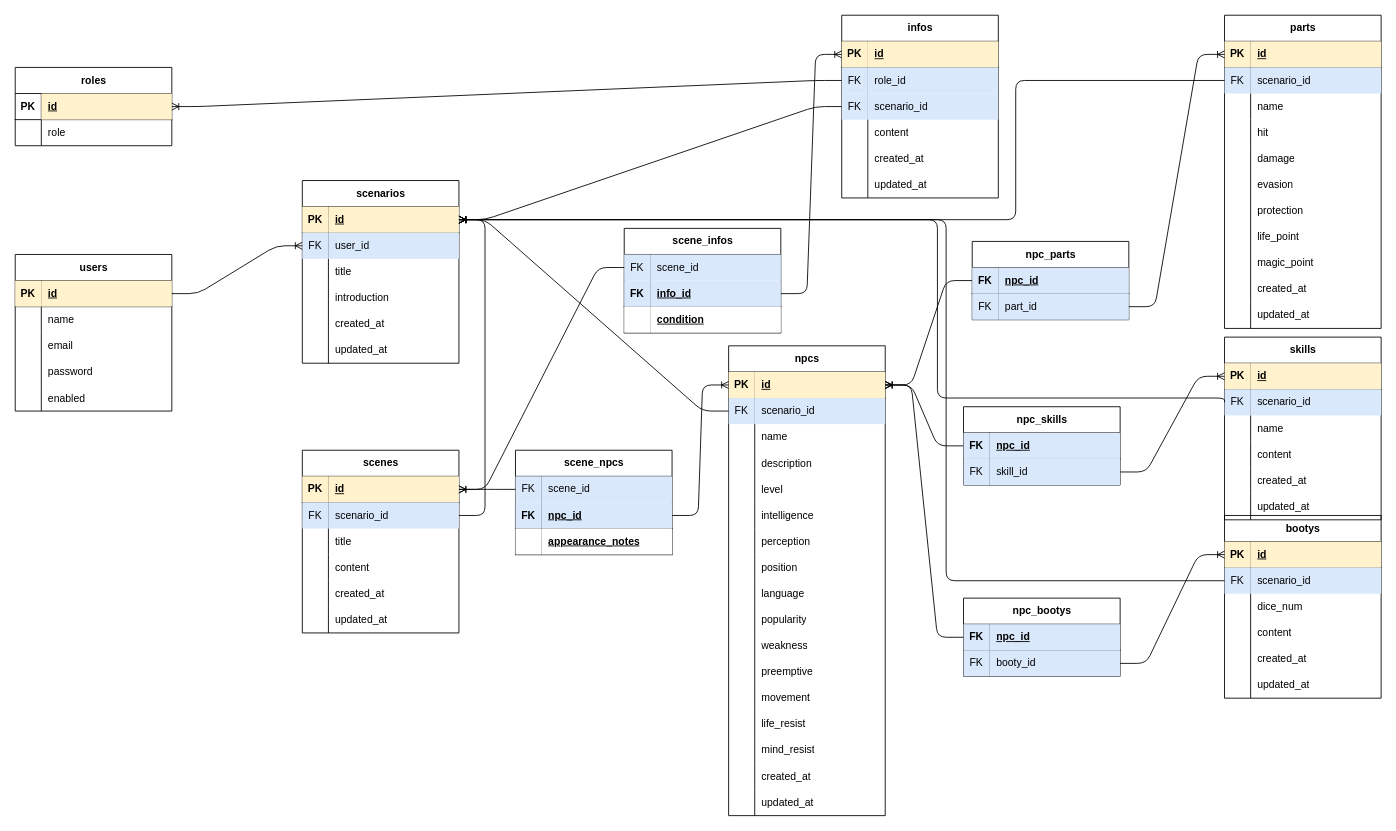
Before: page "ページ1" (1 of 2) of ER.drawio in nyandoragora/trpg-writer, a draw.io diagram. Source tidied: cells renumbered, new cells numbered last; positions are measured from the earlier drawing's top-left corner, leaving out a move shared by most shapes. Both pictures are drawn from the tidied source at 87%, with x=0, y=0 at pixel (15, 15).
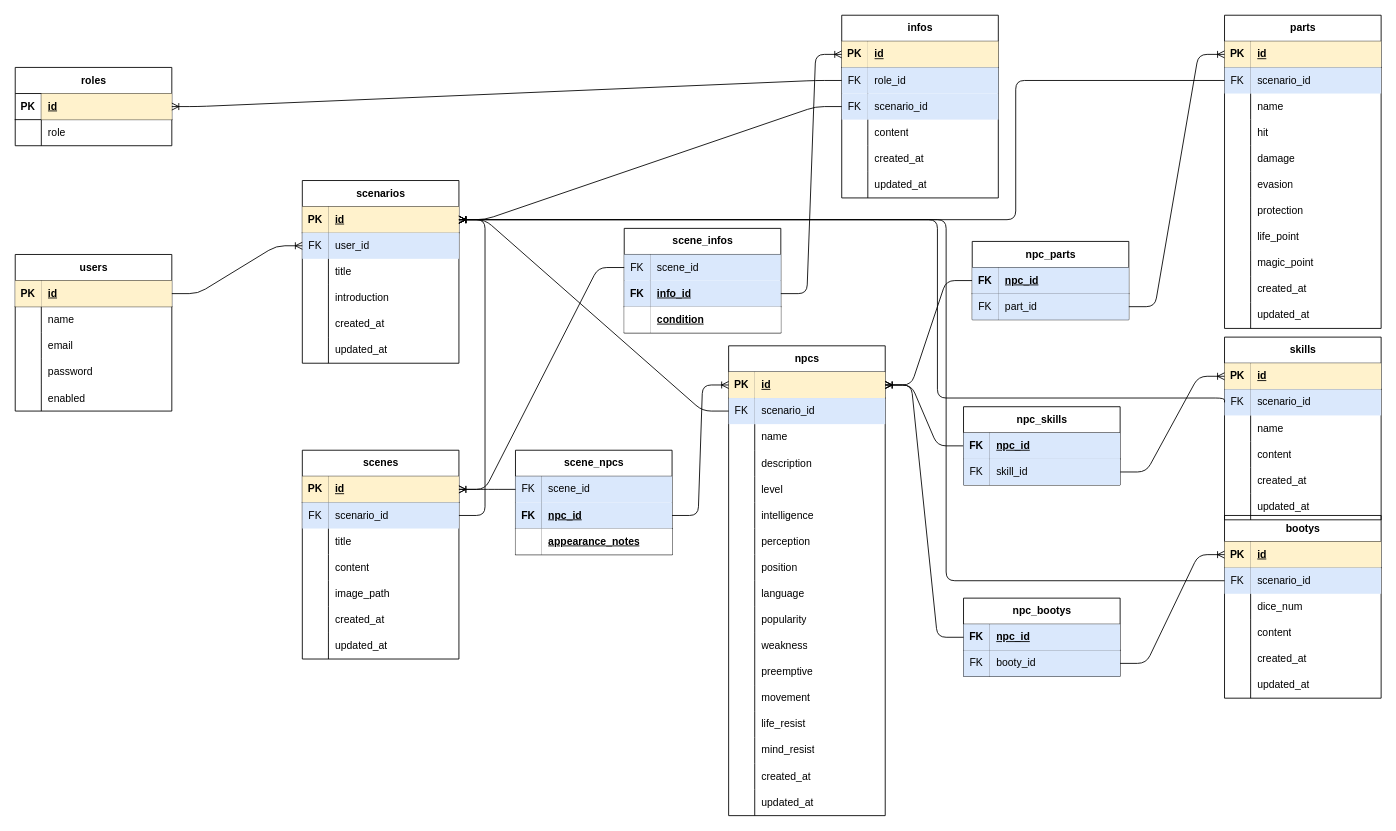
After the change.

What changed in the source:
```diff
@@
     <mxCell id="45" value="scenes" style="shape=table;startSize=30;childLayout=tableLayout;rowLines=0;fontStyle=1;align=center;html=1;" parent="1" vertex="1">
-      <mxGeometry x="330" y="500" width="180" height="210" as="geometry" />
+      <mxGeometry x="330" y="500" width="180" height="240" as="geometry" />
     </mxCell>
@@
+    <mxCell id="265" style="shape=tableRow;horizontal=0;startSize=0;swimlaneHead=0;swimlaneBody=0;fillColor=none;top=0;left=0;right=0;bottom=0;" parent="45" vertex="1">
+      <mxGeometry y="150" width="180" height="30" as="geometry" />
+    </mxCell>
+    <mxCell id="266" style="shape=partialRectangle;fillColor=none;top=0;left=0;bottom=0;right=0;overflow=hidden;whiteSpace=wrap;html=1;" parent="265" vertex="1">
+      <mxGeometry width="30" height="30" as="geometry" />
+    </mxCell>
+    <mxCell id="267" value="image_path" style="shape=partialRectangle;fillColor=none;top=0;left=0;bottom=0;right=0;align=left;spacingLeft=6;overflow=hidden;whiteSpace=wrap;html=1;" parent="265" vertex="1">
+      <mxGeometry x="30" width="150" height="30" as="geometry" />
+    </mxCell>
     <mxCell id="58" style="shape=tableRow;horizontal=0;startSize=0;swimlaneHead=0;swimlaneBody=0;fillColor=none;top=0;left=0;right=0;bottom=0;" parent="45" vertex="1">
-      <mxGeometry y="150" width="180" height="30" as="geometry" />
+      <mxGeometry y="180" width="180" height="30" as="geometry" />
     </mxCell>
@@
     <mxCell id="61" style="shape=tableRow;horizontal=0;startSize=0;swimlaneHead=0;swimlaneBody=0;fillColor=none;top=0;left=0;right=0;bottom=0;" parent="45" vertex="1">
-      <mxGeometry y="180" width="180" height="30" as="geometry" />
+      <mxGeometry y="210" width="180" height="30" as="geometry" />
     </mxCell>
```
